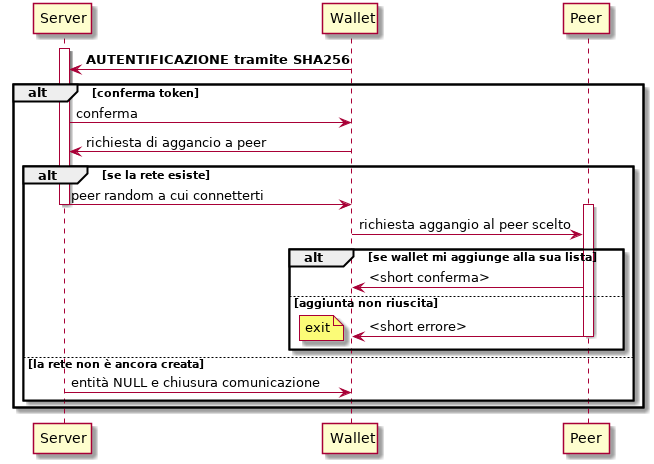
Above: doc/images/hookwallet.png in vFones/p2p_btc (PlantUML), before the change. Its diagram source:
```plantuml
@startuml
activate Server

Wallet -> Server: **AUTENTIFICAZIONE tramite SHA256**
alt conferma token
  Server -> Wallet: conferma
  Wallet -> Server: richiesta di aggancio a peer
  alt se la rete esiste
    Server -> Wallet: peer random a cui connetterti
    deactivate Server
    activate Peer
    Wallet -> Peer: richiesta aggangio al peer scelto
    alt se wallet mi aggiunge alla sua lista
      Peer -> Wallet: <short conferma>
    else aggiunta non riuscita
     Wallet <- Peer: <short errore>
     note left: exit
     deactivate Peer
    end
  else la rete non è ancora creata
    Server -> Wallet: entità NULL e chiusura comunicazione
  end
end
@enduml
```
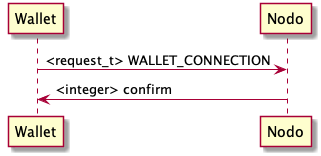
After the change.

Change to the diagram source:
```diff
@@ -1,24 +1,5 @@
 @startuml
-activate Server
 
-Wallet -> Server: **AUTENTIFICAZIONE tramite SHA256**
-alt conferma token
-  Server -> Wallet: conferma
-  Wallet -> Server: richiesta di aggancio a peer
-  alt se la rete esiste
-    Server -> Wallet: peer random a cui connetterti
-    deactivate Server
-    activate Peer
-    Wallet -> Peer: richiesta aggangio al peer scelto
-    alt se wallet mi aggiunge alla sua lista
-      Peer -> Wallet: <short conferma>
-    else aggiunta non riuscita
-     Wallet <- Peer: <short errore>
-     note left: exit
-     deactivate Peer
-    end
-  else la rete non è ancora creata
-    Server -> Wallet: entità NULL e chiusura comunicazione
-  end
-end
+Wallet -> Nodo: <request_t> WALLET_CONNECTION
+Nodo -> Wallet: <integer> confirm
 @enduml
```
